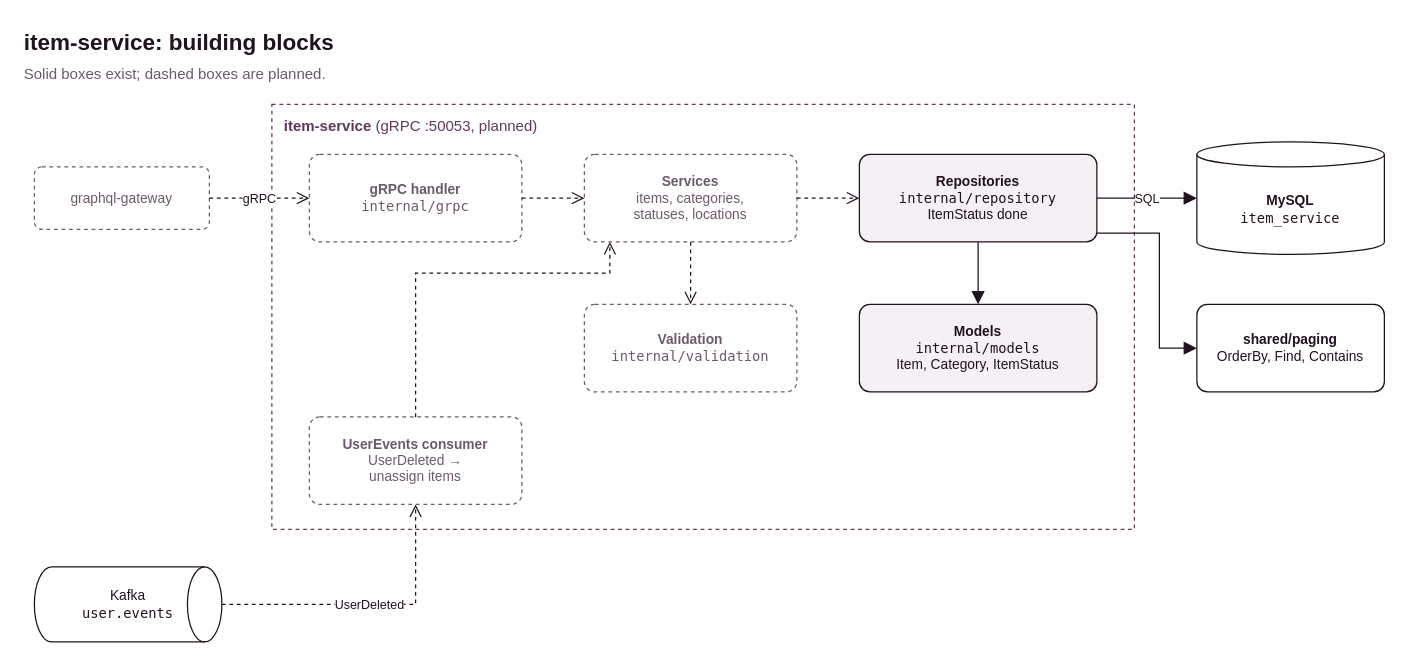
Before: page "Overview" (1 of 5) of services/item-service/docs/item-service.drawio in jochem11/inventory-manager, a draw.io diagram. Source tidied: cells renumbered, new cells numbered last; positions are measured from the earlier drawing's top-left corner, leaving out a move shared by most shapes. Both pictures are drawn from the tidied source at 125%, with x=0, y=0 at pixel (21, 21).
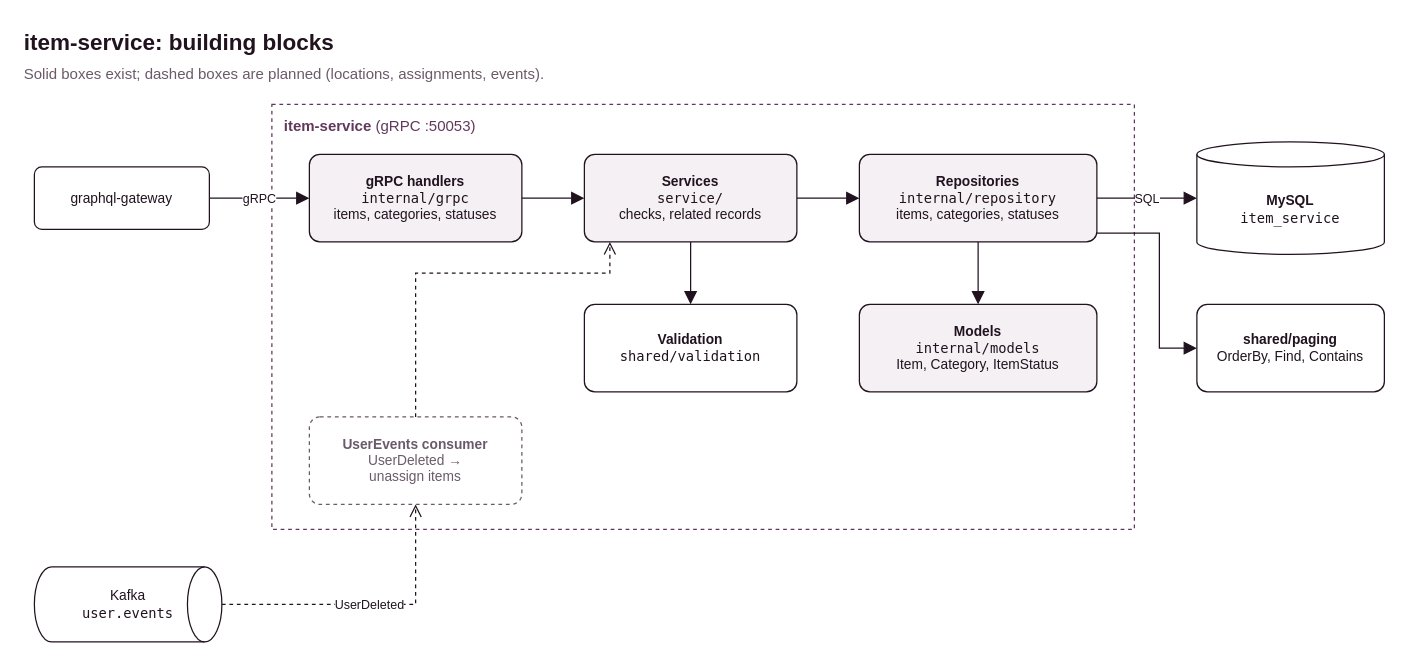
The same diagram, later.

Diff of the diagram source:
```diff
@@
-    <mxCell id="2" value="&lt;b&gt;item-service&lt;/b&gt;  (gRPC :50053, planned)" style="rounded=0;whiteSpace=wrap;html=1;fillColor=none;dashed=1;strokeColor=#61385c;fontSize=12;fontColor=#61385c;align=left;verticalAlign=top;spacingLeft=8;spacingTop=4;fontFamily=Helvetica;" parent="1" vertex="1">
+    <mxCell id="2" value="&lt;b&gt;item-service&lt;/b&gt;  (gRPC :50053)" style="rounded=0;whiteSpace=wrap;html=1;fillColor=none;dashed=1;strokeColor=#61385c;fontSize=12;fontColor=#61385c;align=left;verticalAlign=top;spacingLeft=8;spacingTop=4;fontFamily=Helvetica;" parent="1" vertex="1">
       <mxGeometry x="200" y="66" width="690" height="340" as="geometry" />
     </mxCell>
-    <mxCell id="3" value="graphql-gateway" style="rounded=1;arcSize=12;whiteSpace=wrap;html=1;fillColor=#ffffff;strokeColor=#6b5a69;dashed=1;fontSize=11;fontColor=#6b5a69;fontFamily=Helvetica;" parent="1" vertex="1">
+    <mxCell id="3" value="graphql-gateway" style="rounded=1;arcSize=12;whiteSpace=wrap;html=1;fillColor=#ffffff;strokeColor=#20131f;fontSize=11;fontColor=#20131f;fontFamily=Helvetica;" parent="1" vertex="1">
       <mxGeometry x="10" y="116" width="140" height="50" as="geometry" />
     </mxCell>
-    <mxCell id="4" value="&lt;b&gt;gRPC handler&lt;/b&gt;&lt;br&gt;&lt;font face=&quot;Menlo, monospace&quot;&gt;internal/grpc&lt;/font&gt;" style="rounded=1;arcSize=12;whiteSpace=wrap;html=1;fillColor=#ffffff;strokeColor=#6b5a69;dashed=1;fontSize=11;fontColor=#6b5a69;fontFamily=Helvetica;" parent="1" vertex="1">
+    <mxCell id="4" value="&lt;b&gt;gRPC handlers&lt;/b&gt;&lt;br&gt;&lt;font face=&quot;Menlo, monospace&quot;&gt;internal/grpc&lt;/font&gt;&lt;br&gt;items, categories, statuses" style="rounded=1;arcSize=12;whiteSpace=wrap;html=1;fillColor=#f5f0f4;strokeColor=#20131f;fontSize=11;fontColor=#20131f;fontFamily=Helvetica;" parent="1" vertex="1">
       <mxGeometry x="230" y="106" width="170" height="70" as="geometry" />
     </mxCell>
-    <mxCell id="5" value="&lt;b&gt;Services&lt;/b&gt;&lt;br&gt;items, categories,&lt;br&gt;statuses, locations" style="rounded=1;arcSize=12;whiteSpace=wrap;html=1;fillColor=#ffffff;strokeColor=#6b5a69;dashed=1;fontSize=11;fontColor=#6b5a69;fontFamily=Helvetica;" parent="1" vertex="1">
+    <mxCell id="5" value="&lt;b&gt;Services&lt;/b&gt;&lt;br&gt;&lt;font face=&quot;Menlo, monospace&quot;&gt;service/&lt;/font&gt;&lt;br&gt;checks, related records" style="rounded=1;arcSize=12;whiteSpace=wrap;html=1;fillColor=#f5f0f4;strokeColor=#20131f;fontSize=11;fontColor=#20131f;fontFamily=Helvetica;" parent="1" vertex="1">
       <mxGeometry x="450" y="106" width="170" height="70" as="geometry" />
     </mxCell>
-    <mxCell id="6" value="&lt;b&gt;Repositories&lt;/b&gt;&lt;br&gt;&lt;font face=&quot;Menlo, monospace&quot;&gt;internal/repository&lt;/font&gt;&lt;br&gt;ItemStatus done" style="rounded=1;arcSize=12;whiteSpace=wrap;html=1;fillColor=#f5f0f4;strokeColor=#20131f;fontSize=11;fontColor=#20131f;fontFamily=Helvetica;" parent="1" vertex="1">
+    <mxCell id="6" value="&lt;b&gt;Repositories&lt;/b&gt;&lt;br&gt;&lt;font face=&quot;Menlo, monospace&quot;&gt;internal/repository&lt;/font&gt;&lt;br&gt;items, categories, statuses" style="rounded=1;arcSize=12;whiteSpace=wrap;html=1;fillColor=#f5f0f4;strokeColor=#20131f;fontSize=11;fontColor=#20131f;fontFamily=Helvetica;" parent="1" vertex="1">
       <mxGeometry x="670" y="106" width="190" height="70" as="geometry" />
     </mxCell>
@@
-    <mxCell id="8" value="&lt;b&gt;Validation&lt;/b&gt;&lt;br&gt;&lt;font face=&quot;Menlo, monospace&quot;&gt;internal/validation&lt;/font&gt;" style="rounded=1;arcSize=12;whiteSpace=wrap;html=1;fillColor=#ffffff;strokeColor=#6b5a69;dashed=1;fontSize=11;fontColor=#6b5a69;fontFamily=Helvetica;" parent="1" vertex="1">
+    <mxCell id="8" value="&lt;b&gt;Validation&lt;/b&gt;&lt;br&gt;&lt;font face=&quot;Menlo, monospace&quot;&gt;shared/validation&lt;/font&gt;" style="rounded=1;arcSize=12;whiteSpace=wrap;html=1;fillColor=#ffffff;strokeColor=#20131f;fontSize=11;fontColor=#20131f;fontFamily=Helvetica;" parent="1" vertex="1">
       <mxGeometry x="450" y="226" width="170" height="70" as="geometry" />
     </mxCell>
@@
-    <mxCell id="13" value="gRPC" style="html=1;rounded=0;endArrow=open;endFill=0;endSize=8;fontSize=10;strokeColor=#20131f;fontColor=#20131f;labelBackgroundColor=#ffffff;dashed=1;fontFamily=Helvetica;" parent="1" edge="1" source="3" target="4">
+    <mxCell id="13" value="gRPC" style="html=1;rounded=0;endArrow=block;endFill=1;endSize=8;fontSize=10;strokeColor=#20131f;fontColor=#20131f;labelBackgroundColor=#ffffff;fontFamily=Helvetica;" parent="1" edge="1" source="3" target="4">
       <mxGeometry relative="1" as="geometry" />
     </mxCell>
-    <mxCell id="14" style="html=1;rounded=0;endArrow=open;endFill=0;endSize=8;fontSize=10;strokeColor=#20131f;fontColor=#20131f;labelBackgroundColor=#ffffff;dashed=1;fontFamily=Helvetica;" parent="1" edge="1" source="4" target="5">
+    <mxCell id="14" style="html=1;rounded=0;endArrow=block;endFill=1;endSize=8;fontSize=10;strokeColor=#20131f;fontColor=#20131f;labelBackgroundColor=#ffffff;fontFamily=Helvetica;" parent="1" edge="1" source="4" target="5">
       <mxGeometry relative="1" as="geometry" />
     </mxCell>
-    <mxCell id="15" style="html=1;rounded=0;endArrow=open;endFill=0;endSize=8;fontSize=10;strokeColor=#20131f;fontColor=#20131f;labelBackgroundColor=#ffffff;dashed=1;fontFamily=Helvetica;" parent="1" edge="1" source="5" target="6">
+    <mxCell id="15" style="html=1;rounded=0;endArrow=block;endFill=1;endSize=8;fontSize=10;strokeColor=#20131f;fontColor=#20131f;labelBackgroundColor=#ffffff;fontFamily=Helvetica;" parent="1" edge="1" source="5" target="6">
       <mxGeometry relative="1" as="geometry" />
     </mxCell>
@@
-    <mxCell id="18" style="html=1;rounded=0;endArrow=open;endFill=0;endSize=8;fontSize=10;strokeColor=#20131f;fontColor=#20131f;labelBackgroundColor=#ffffff;dashed=1;fontFamily=Helvetica;" parent="1" edge="1" source="5" target="8">
+    <mxCell id="18" style="html=1;rounded=0;endArrow=block;endFill=1;endSize=8;fontSize=10;strokeColor=#20131f;fontColor=#20131f;labelBackgroundColor=#ffffff;fontFamily=Helvetica;" parent="1" edge="1" source="5" target="8">
       <mxGeometry relative="1" as="geometry" />
     </mxCell>
@@
-    <mxCell id="23" value="Solid boxes exist; dashed boxes are planned." style="text;html=1;whiteSpace=wrap;align=left;verticalAlign=top;fontSize=12;fontColor=#6b5a69;fontFamily=Helvetica;" parent="1" vertex="1">
-      <mxGeometry y="28" width="322" height="20" as="geometry" />
+    <mxCell id="23" value="Solid boxes exist; dashed boxes are planned (locations, assignments, events)." style="text;html=1;whiteSpace=wrap;align=left;verticalAlign=top;fontSize=12;fontColor=#6b5a69;fontFamily=Helvetica;" parent="1" vertex="1">
+      <mxGeometry y="28" width="552" height="20" as="geometry" />
     </mxCell>
```
